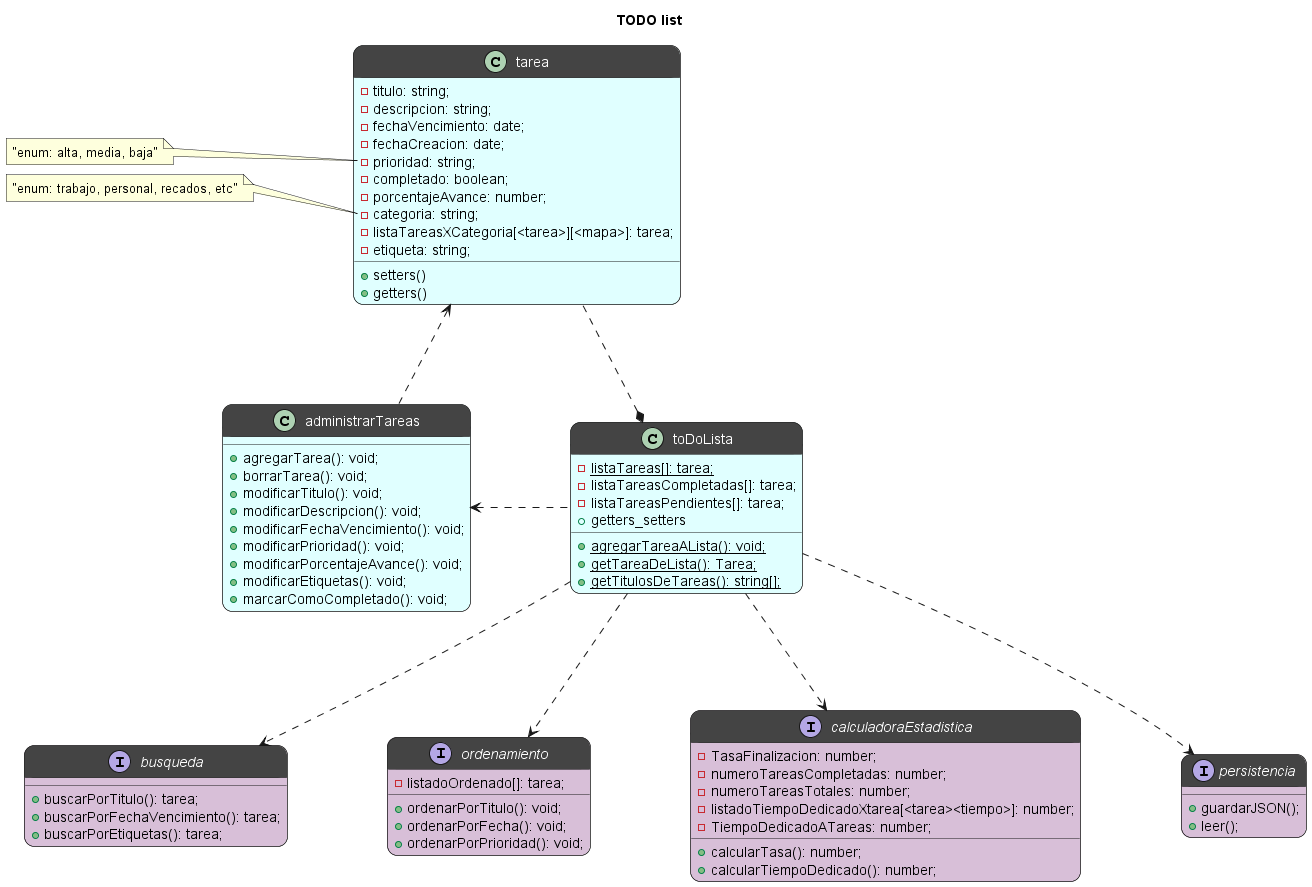
Earlier version of the PlantUML export docs/diagrama clases.png (FrancoLuduena-dev/To-DO-list). The source it was exported from:
```plantuml
@startuml diagrama clases
title TODO list

class toDoLista #LightCyan;header:444{
    - {static} listaTareas[]: tarea;
    - listaTareasCompletadas[]: tarea;
    - listaTareasPendientes[]: tarea;
    + getters_setters
    + {static} agregarTareaALista(): void;
    + {static} getTareaDeLista(): Tarea;
    + {static} getTitulosDeTareas(): string[];
}


class tarea #LightCyan;header:444{
    - titulo: string;
    - descripcion: string;
    - fechaVencimiento: date;
    - fechaCreacion: date;
    - prioridad: string;
    - completado: boolean;
    - porcentajeAvance: number;
    - categoria: string;
    - listaTareasXCategoria[<tarea>][<mapa>]: tarea;
    - etiqueta: string;
    + setters()
    + getters()
}

class administrarTareas #LightCyan;header:444{
    + agregarTarea(): void;
    + borrarTarea(): void;
    + modificarTitulo(): void;
    + modificarDescripcion(): void;
    + modificarFechaVencimiento(): void;
    + modificarPrioridad(): void;
    + modificarPorcentajeAvance(): void;
    + modificarEtiquetas(): void;
    + marcarComoCompletado(): void;
}


interface busqueda #Thistle;header:444{
    + buscarPorTitulo(): tarea;
    + buscarPorFechaVencimiento(): tarea;
    + buscarPorEtiquetas(): tarea;
}

interface ordenamiento #Thistle;header:444{
    - listadoOrdenado[]: tarea;
    + ordenarPorTitulo(): void;
    + ordenarPorFecha(): void;
    + ordenarPorPrioridad(): void;
}

interface calculadoraEstadistica #Thistle;header:444{
    - TasaFinalizacion: number;
    - numeroTareasCompletadas: number;
    - numeroTareasTotales: number;
    - listadoTiempoDedicadoXtarea[<tarea><tiempo>]: number;
    - TiempoDedicadoATareas: number;
    + calcularTasa(): number;
    + calcularTiempoDedicado(): number;
}

interface persistencia #Thistle;header:444{
    + guardarJSON();
    + leer();
}

skinparam ranksep 100
skinparam nodesep 100

toDoLista .l.> administrarTareas
administrarTareas .l.> tarea
toDoLista *.. tarea
toDoLista ..> calculadoraEstadistica
toDoLista ..> busqueda
toDoLista ..> ordenamiento
toDoLista ..> persistencia


note left of tarea::prioridad
"enum: alta, media, baja"
endnote

note left of tarea::categoria
"enum: trabajo, personal, recados, etc"
endnote


skinparam roundcorner 20
skinparam classFontColor automatic

@enduml
```
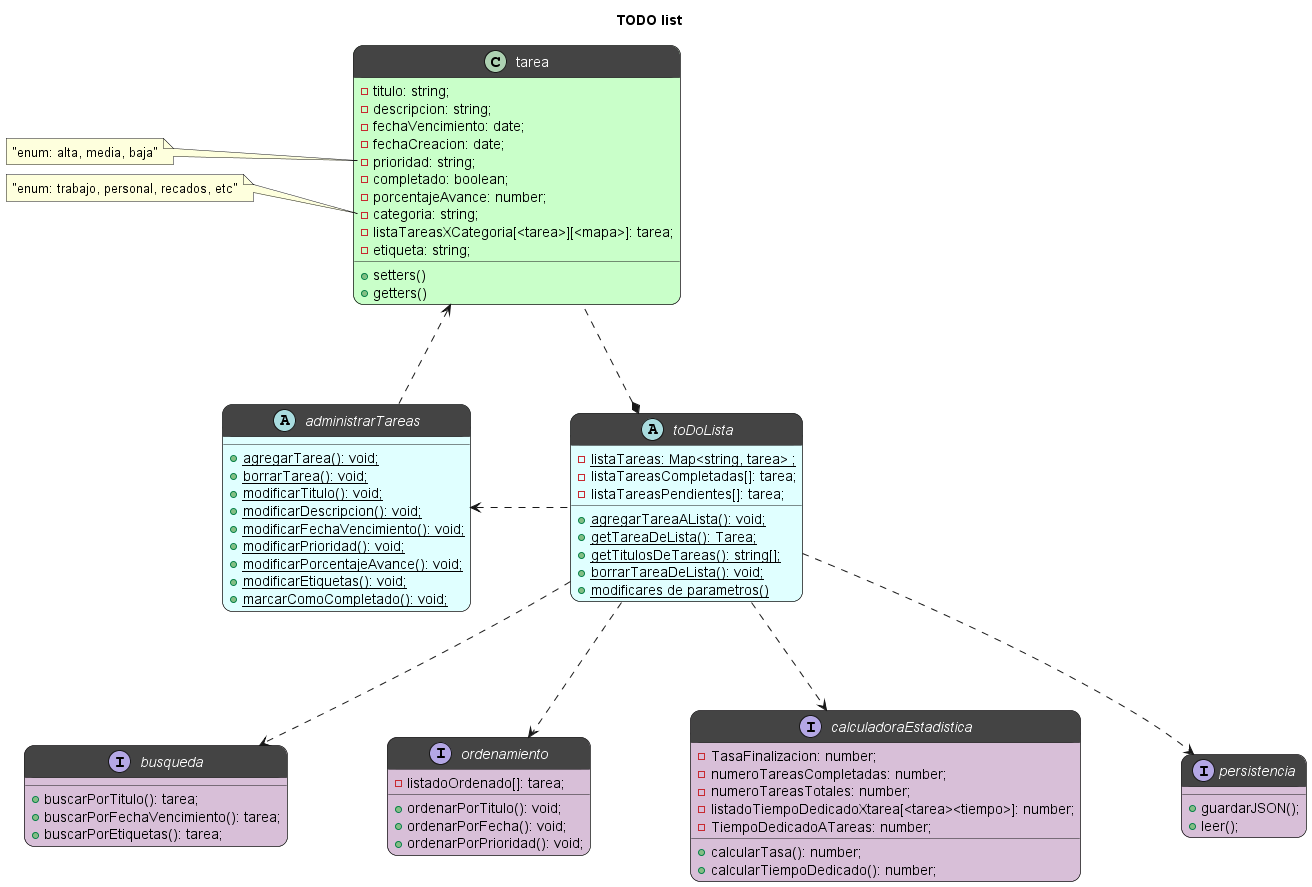
Above is the later version.

Commit message:
actualizacion de diagrama, agregado borrar tarea en administrar tareas

Change to the diagram source:
```diff
@@ -1,18 +1,19 @@
 @startuml diagrama clases
 title TODO list
 
-class toDoLista #LightCyan;header:444{
-    - {static} listaTareas[]: tarea;
+abstract class toDoLista #LightCyan;header:444{
+    - {static} listaTareas: Map<string, tarea> ;
     - listaTareasCompletadas[]: tarea;
     - listaTareasPendientes[]: tarea;
-    + getters_setters
     + {static} agregarTareaALista(): void;
     + {static} getTareaDeLista(): Tarea;
     + {static} getTitulosDeTareas(): string[];
+    + {static} borrarTareaDeLista(): void;
+    + {static} modificares de parametros()
 }
 
 
-class tarea #LightCyan;header:444{
+class tarea #TECHNOLOGY;header:444{
     - titulo: string;
     - descripcion: string;
     - fechaVencimiento: date;
@@ -27,16 +28,16 @@
     + getters()
 }
 
-class administrarTareas #LightCyan;header:444{
-    + agregarTarea(): void;
-    + borrarTarea(): void;
-    + modificarTitulo(): void;
-    + modificarDescripcion(): void;
-    + modificarFechaVencimiento(): void;
-    + modificarPrioridad(): void;
-    + modificarPorcentajeAvance(): void;
-    + modificarEtiquetas(): void;
-    + marcarComoCompletado(): void;
+abstract class administrarTareas #LightCyan;header:444{
+    + {static} agregarTarea(): void;
+    + {static} borrarTarea(): void;
+    + {static} modificarTitulo(): void;
+    + {static} modificarDescripcion(): void;
+    + {static} modificarFechaVencimiento(): void;
+    + {static} modificarPrioridad(): void;
+    + {static} modificarPorcentajeAvance(): void;
+    + {static} modificarEtiquetas(): void;
+    + {static} marcarComoCompletado(): void;
 }
 
 
@@ -89,6 +90,8 @@
 endnote
 
 
+
+
 skinparam roundcorner 20
 skinparam classFontColor automatic
 
```
